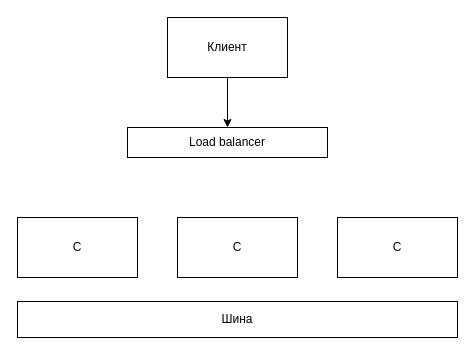
Before: Обработка игровой логики.drawio in careock/diagrams, a draw.io diagram. Source tidied: cells renumbered, new cells numbered last; positions are measured from the earlier drawing's top-left corner, leaving out a move shared by most shapes. Both pictures are drawn from the tidied source at 100%, with x=0, y=0 at pixel (17, 17).
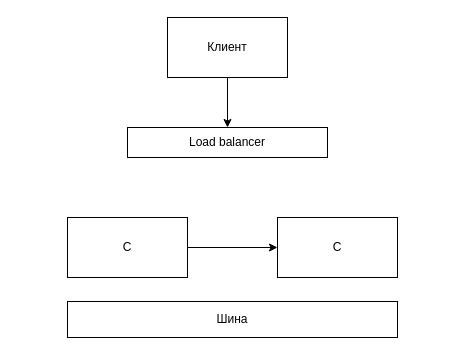
The same diagram, later.

Change to the diagram source:
```diff
@@
 <mxGraphModel>
   <root>
     <mxCell id="0" />
     <mxCell id="1" parent="0" />
     <mxCell id="2" style="edgeStyle=orthogonalEdgeStyle;rounded=0;jettySize=auto;html=1;entryX=0.5;entryY=0;entryDx=0;entryDy=0;" parent="1" edge="1" source="3" target="8">
       <mxGeometry relative="1" as="geometry" />
     </mxCell>
     <mxCell id="3" value="Клиент" style="rounded=0;whiteSpace=wrap;html=1;" parent="1" vertex="1">
       <mxGeometry x="150" width="120" height="60" as="geometry" />
     </mxCell>
+    <mxCell id="9" style="edgeStyle=orthogonalEdgeStyle;rounded=0;jettySize=auto;html=1;" parent="1" edge="1" source="4" target="6">
+      <mxGeometry relative="1" as="geometry" />
+    </mxCell>
     <mxCell id="4" value="С" style="rounded=0;whiteSpace=wrap;html=1;" parent="1" vertex="1">
-      <mxGeometry y="200" width="120" height="60" as="geometry" />
+      <mxGeometry x="50" y="200" width="120" height="60" as="geometry" />
     </mxCell>
-    <mxCell id="5" value="С" style="rounded=0;whiteSpace=wrap;html=1;" parent="1" vertex="1">
-      <mxGeometry x="160" y="200" width="120" height="60" as="geometry" />
-    </mxCell>
     <mxCell id="6" value="С" style="rounded=0;whiteSpace=wrap;html=1;" parent="1" vertex="1">
-      <mxGeometry x="320" y="200" width="120" height="60" as="geometry" />
+      <mxGeometry x="260" y="200" width="120" height="60" as="geometry" />
     </mxCell>
     <mxCell id="7" value="Шина" style="rounded=0;whiteSpace=wrap;html=1;" parent="1" vertex="1">
-      <mxGeometry y="284" width="440" height="36" as="geometry" />
+      <mxGeometry x="50" y="284" width="330" height="36" as="geometry" />
     </mxCell>
     <mxCell id="8" value="Load balancer" style="rounded=0;whiteSpace=wrap;html=1;" parent="1" vertex="1">
       <mxGeometry x="110" y="110" width="200" height="30" as="geometry" />
     </mxCell>
   </root>
 </mxGraphModel>
```
